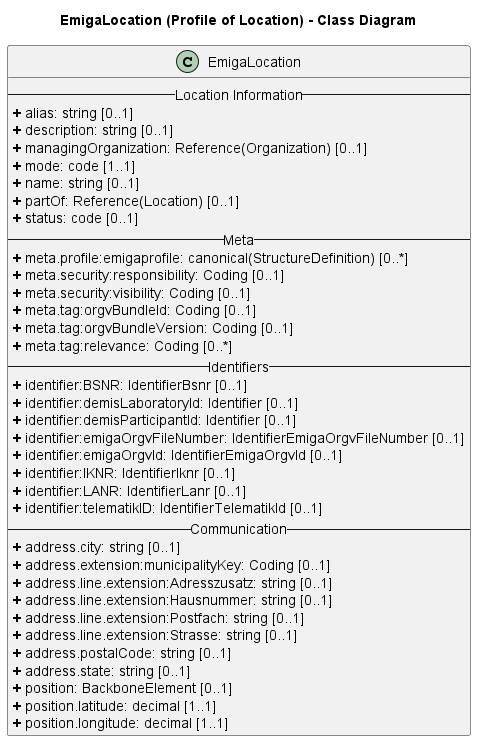
Before: rki.emiga.vzd/guides/implementationguides.vzd/PlantUML/PNGs/Location.png, a diagram exported from PlantUML (robert-koch-institut/rki.emiga.vzd). Source of this version:
```plantuml
@startuml
skinparam linetype ortho

title EmigaLocation (Profile of Location) - Class Diagram

class EmigaLocation{
-- Location Information --
<b>+</b> alias: string [0..1]
<b>+</b> description: string [0..1]
<b>+</b> managingOrganization: Reference(Organization) [0..1]
<b>+</b> mode: code [1..1]
<b>+</b> name: string [0..1]
<b>+</b> partOf: Reference(Location) [0..1]
<b>+</b> status: code [0..1]
-- Meta --
<b>+</b> meta.profile:emigaprofile: canonical(StructureDefinition) [0..*]
<b>+</b> meta.security:responsibility: Coding [0..1]
<b>+</b> meta.security:visibility: Coding [0..1]
<b>+</b> meta.tag:orgvBundleId: Coding [0..1]
<b>+</b> meta.tag:orgvBundleVersion: Coding [0..1]
<b>+</b> meta.tag:relevance: Coding [0..*]
-- Identifiers --
<b>+</b> identifier:BSNR: IdentifierBsnr [0..1]
<b>+</b> identifier:demisLaboratoryId: Identifier [0..1]
<b>+</b> identifier:demisParticipantId: Identifier [0..1]
<b>+</b> identifier:emigaOrgvFileNumber: IdentifierEmigaOrgvFileNumber [0..1]
<b>+</b> identifier:emigaOrgvId: IdentifierEmigaOrgvId [0..1]
<b>+</b> identifier:IKNR: IdentifierIknr [0..1]
<b>+</b> identifier:LANR: IdentifierLanr [0..1]
<b>+</b> identifier:telematikID: IdentifierTelematikId [0..1]
-- Communication --
<b>+</b> address.city: string [0..1]
<b>+</b> address.extension:municipalityKey: Coding [0..1]
<b>+</b> address.line.extension:Adresszusatz: string [0..1]
<b>+</b> address.line.extension:Hausnummer: string [0..1]
<b>+</b> address.line.extension:Postfach: string [0..1]
<b>+</b> address.line.extension:Strasse: string [0..1]
<b>+</b> address.postalCode: string [0..1]
<b>+</b> address.state: string [0..1]
<b>+</b> position: BackboneElement [0..1]
<b>+</b> position.latitude: decimal [1..1]
<b>+</b> position.longitude: decimal [1..1]
}

@enduml
```
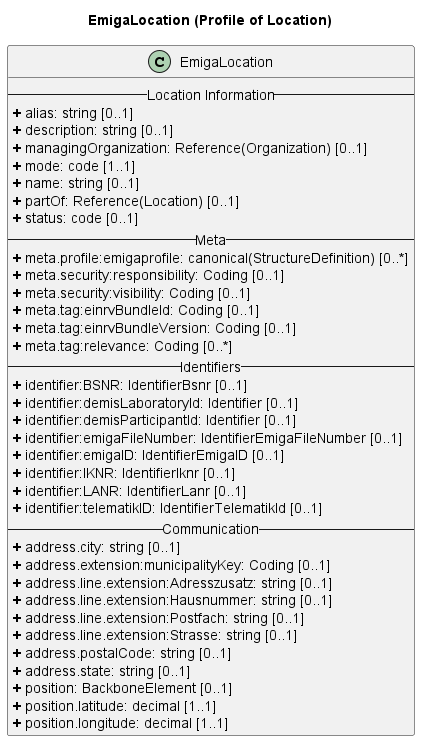
The same diagram one commit later.

Diff of the diagram source:
```diff
@@ -1,7 +1,7 @@
 @startuml
 skinparam linetype ortho
 
-title EmigaLocation (Profile of Location) - Class Diagram
+title EmigaLocation (Profile of Location)
 
 class EmigaLocation{
 -- Location Information --
@@ -16,15 +16,15 @@
 <b>+</b> meta.profile:emigaprofile: canonical(StructureDefinition) [0..*]
 <b>+</b> meta.security:responsibility: Coding [0..1]
 <b>+</b> meta.security:visibility: Coding [0..1]
-<b>+</b> meta.tag:orgvBundleId: Coding [0..1]
-<b>+</b> meta.tag:orgvBundleVersion: Coding [0..1]
+<b>+</b> meta.tag:einrvBundleId: Coding [0..1]
+<b>+</b> meta.tag:einrvBundleVersion: Coding [0..1]
 <b>+</b> meta.tag:relevance: Coding [0..*]
 -- Identifiers --
 <b>+</b> identifier:BSNR: IdentifierBsnr [0..1]
 <b>+</b> identifier:demisLaboratoryId: Identifier [0..1]
 <b>+</b> identifier:demisParticipantId: Identifier [0..1]
-<b>+</b> identifier:emigaOrgvFileNumber: IdentifierEmigaOrgvFileNumber [0..1]
-<b>+</b> identifier:emigaOrgvId: IdentifierEmigaOrgvId [0..1]
+<b>+</b> identifier:emigaFileNumber: IdentifierEmigaFileNumber [0..1]
+<b>+</b> identifier:emigaID: IdentifierEmigaID [0..1]
 <b>+</b> identifier:IKNR: IdentifierIknr [0..1]
 <b>+</b> identifier:LANR: IdentifierLanr [0..1]
 <b>+</b> identifier:telematikID: IdentifierTelematikId [0..1]
```
